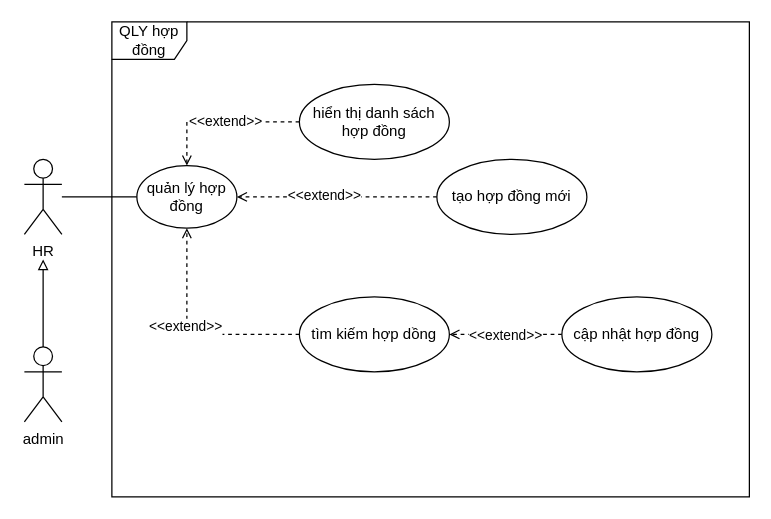
This is QuanLyHopDongLaoDong.drawio from hoangda24312/Group4-DesigningSystem, a draw.io file, before an edit. Source tidied: cells renumbered, new cells numbered last; positions are measured from the earlier drawing's top-left corner, leaving out a move shared by most shapes. Both pictures are drawn from the tidied source at 125%, with x=0, y=0 at pixel (24, 21).
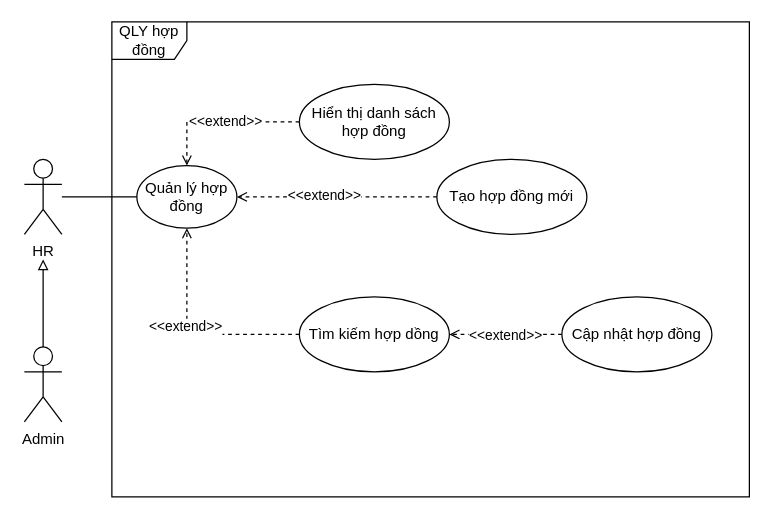
Above is the later version.

What changed in the source:
```diff
@@
-    <mxCell id="5" value="admin" style="shape=umlActor;verticalLabelPosition=bottom;verticalAlign=top;html=1;outlineConnect=0;" parent="1" vertex="1">
+    <mxCell id="5" value="Admin" style="shape=umlActor;verticalLabelPosition=bottom;verticalAlign=top;html=1;outlineConnect=0;" parent="1" vertex="1">
       <mxGeometry y="260" width="30" height="60" as="geometry" />
     </mxCell>
-    <mxCell id="6" value="quản lý hợp đồng" style="ellipse;whiteSpace=wrap;html=1;" parent="1" vertex="1">
+    <mxCell id="6" value="Quản lý hợp đồng" style="ellipse;whiteSpace=wrap;html=1;" parent="1" vertex="1">
       <mxGeometry x="90" y="115" width="80" height="50" as="geometry" />
     </mxCell>
@@
-    <mxCell id="9" value="hiển thị danh sách hợp đồng" style="ellipse;whiteSpace=wrap;html=1;" parent="1" vertex="1">
+    <mxCell id="9" value="Hiển thị danh sách hợp đồng" style="ellipse;whiteSpace=wrap;html=1;" parent="1" vertex="1">
       <mxGeometry x="220" y="50" width="120" height="60" as="geometry" />
     </mxCell>
@@
-    <mxCell id="12" value="tìm kiếm hợp dồng" style="ellipse;whiteSpace=wrap;html=1;" parent="1" vertex="1">
+    <mxCell id="12" value="Tìm kiếm hợp dồng" style="ellipse;whiteSpace=wrap;html=1;" parent="1" vertex="1">
       <mxGeometry x="220" y="220" width="120" height="60" as="geometry" />
     </mxCell>
@@
-    <mxCell id="15" value="cập nhật hợp đồng" style="ellipse;whiteSpace=wrap;html=1;" parent="1" vertex="1">
+    <mxCell id="15" value="Cập nhật hợp đồng" style="ellipse;whiteSpace=wrap;html=1;" parent="1" vertex="1">
       <mxGeometry x="430" y="220" width="120" height="60" as="geometry" />
     </mxCell>
@@
-    <mxCell id="18" value="tạo hợp đồng mới" style="ellipse;whiteSpace=wrap;html=1;" parent="1" vertex="1">
+    <mxCell id="18" value="Tạo hợp đồng mới" style="ellipse;whiteSpace=wrap;html=1;" parent="1" vertex="1">
       <mxGeometry x="330" y="110" width="120" height="60" as="geometry" />
     </mxCell>
```
